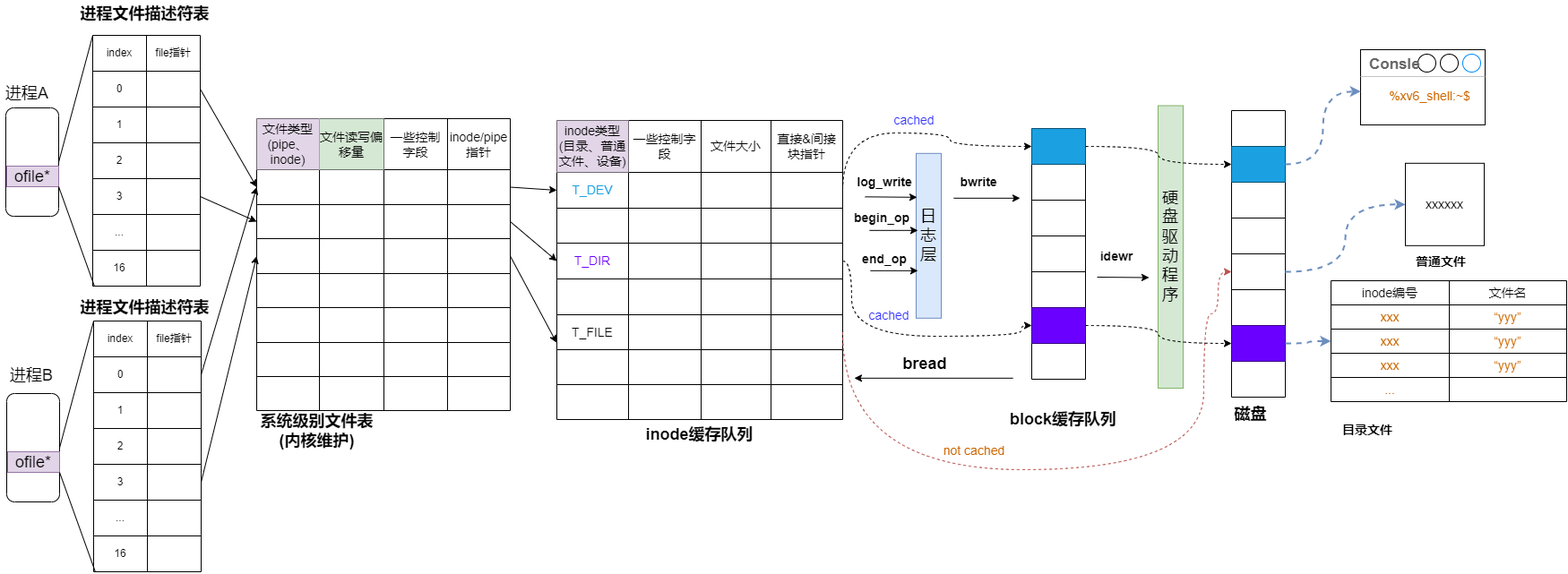
The draw.io diagram OS/xv6_文件系统_总图.drawio.png in SixPlusAndTimes/drawio, before a commit. Source tidied: cells renumbered, new cells last; positions are measured from the earlier drawing's top-left corner, leaving out a move shared by most shapes.
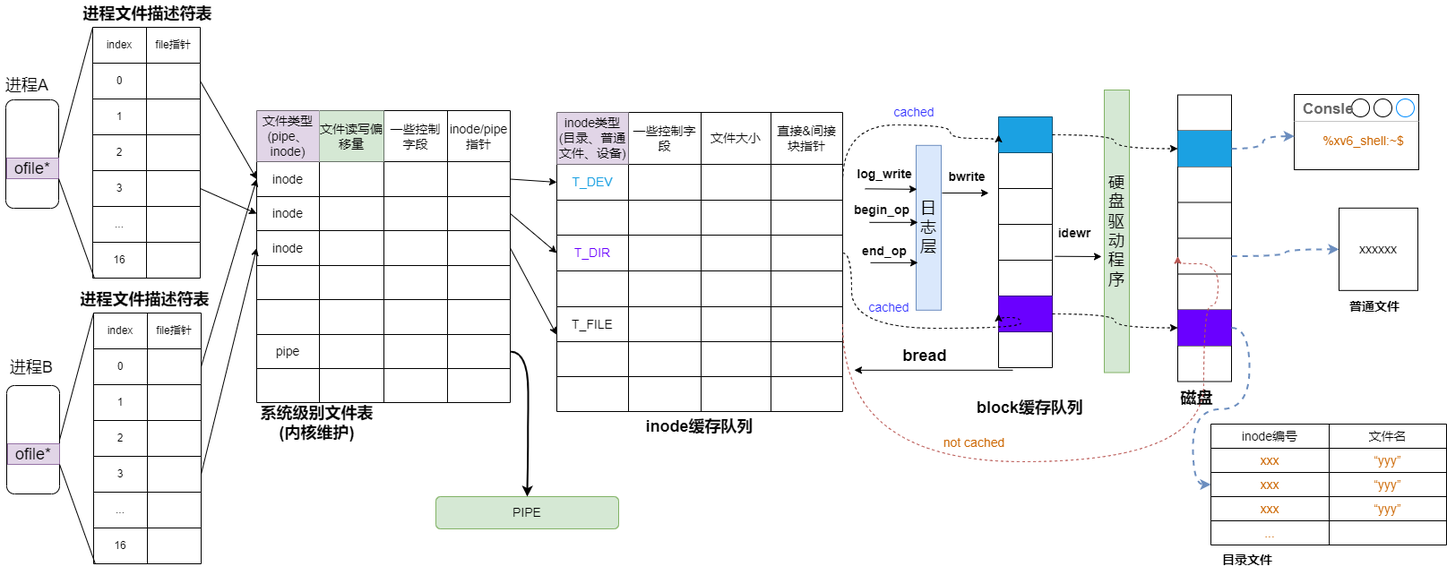
Above is the later version.

Commit message:
更新xv6_文件系统_总图.drawio.png

Diff of the diagram source:
```diff
@@ -92,7 +92,7 @@
     <mxCell id="31" style="shape=tableRow;horizontal=0;startSize=0;swimlaneHead=0;swimlaneBody=0;top=0;left=0;bottom=0;right=0;fillColor=none;points=[[0,0.5],[1,0.5]];portConstraint=eastwest;fontSize=14;" parent="25" vertex="1">
       <mxGeometry y="57" width="283" height="39" as="geometry" />
     </mxCell>
-    <mxCell id="32" style="shape=partialRectangle;html=1;whiteSpace=wrap;overflow=hidden;fillColor=none;top=0;left=0;bottom=0;right=0;fontSize=14;" parent="31" vertex="1">
+    <mxCell id="32" value="inode" style="shape=partialRectangle;html=1;whiteSpace=wrap;overflow=hidden;fillColor=none;top=0;left=0;bottom=0;right=0;fontSize=14;" parent="31" vertex="1">
       <mxGeometry width="70" height="39" as="geometry" />
     </mxCell>
     <mxCell id="33" style="shape=partialRectangle;html=1;whiteSpace=wrap;overflow=hidden;fillColor=none;top=0;left=0;bottom=0;right=0;fontSize=14;" parent="31" vertex="1">
@@ -107,7 +107,7 @@
     <mxCell id="36" style="shape=tableRow;horizontal=0;startSize=0;swimlaneHead=0;swimlaneBody=0;top=0;left=0;bottom=0;right=0;fillColor=none;points=[[0,0.5],[1,0.5]];portConstraint=eastwest;fontSize=14;" parent="25" vertex="1">
       <mxGeometry y="96" width="283" height="38" as="geometry" />
     </mxCell>
-    <mxCell id="37" style="shape=partialRectangle;html=1;whiteSpace=wrap;overflow=hidden;fillColor=none;top=0;left=0;bottom=0;right=0;fontSize=14;" parent="36" vertex="1">
+    <mxCell id="37" value="inode" style="shape=partialRectangle;html=1;whiteSpace=wrap;overflow=hidden;fillColor=none;top=0;left=0;bottom=0;right=0;fontSize=14;" parent="36" vertex="1">
       <mxGeometry width="70" height="38" as="geometry" />
     </mxCell>
     <mxCell id="38" style="shape=partialRectangle;html=1;whiteSpace=wrap;overflow=hidden;fillColor=none;top=0;left=0;bottom=0;right=0;fontSize=14;" parent="36" vertex="1">
@@ -122,7 +122,7 @@
     <mxCell id="41" style="shape=tableRow;horizontal=0;startSize=0;swimlaneHead=0;swimlaneBody=0;top=0;left=0;bottom=0;right=0;fillColor=none;points=[[0,0.5],[1,0.5]];portConstraint=eastwest;fontSize=14;" parent="25" vertex="1">
       <mxGeometry y="134" width="283" height="39" as="geometry" />
     </mxCell>
-    <mxCell id="42" style="shape=partialRectangle;html=1;whiteSpace=wrap;overflow=hidden;fillColor=none;top=0;left=0;bottom=0;right=0;fontSize=14;" parent="41" vertex="1">
+    <mxCell id="42" value="inode" style="shape=partialRectangle;html=1;whiteSpace=wrap;overflow=hidden;fillColor=none;top=0;left=0;bottom=0;right=0;fontSize=14;" parent="41" vertex="1">
       <mxGeometry width="70" height="39" as="geometry" />
     </mxCell>
     <mxCell id="43" style="shape=partialRectangle;html=1;whiteSpace=wrap;overflow=hidden;fillColor=none;top=0;left=0;bottom=0;right=0;fontSize=14;" parent="41" vertex="1">
@@ -167,7 +167,7 @@
     <mxCell id="56" style="shape=tableRow;horizontal=0;startSize=0;swimlaneHead=0;swimlaneBody=0;top=0;left=0;bottom=0;right=0;fillColor=none;points=[[0,0.5],[1,0.5]];portConstraint=eastwest;fontSize=14;" parent="25" vertex="1">
       <mxGeometry y="250" width="283" height="38" as="geometry" />
     </mxCell>
-    <mxCell id="57" style="shape=partialRectangle;html=1;whiteSpace=wrap;overflow=hidden;fillColor=none;top=0;left=0;bottom=0;right=0;fontSize=14;" parent="56" vertex="1">
+    <mxCell id="57" value="pipe" style="shape=partialRectangle;html=1;whiteSpace=wrap;overflow=hidden;fillColor=none;top=0;left=0;bottom=0;right=0;fontSize=14;" parent="56" vertex="1">
       <mxGeometry width="70" height="38" as="geometry" />
     </mxCell>
     <mxCell id="58" style="shape=partialRectangle;html=1;whiteSpace=wrap;overflow=hidden;fillColor=none;top=0;left=0;bottom=0;right=0;fontSize=14;" parent="56" vertex="1">
@@ -327,7 +327,7 @@
       <mxGeometry x="1022" y="170.8" width="28" height="184" as="geometry" />
     </mxCell>
     <mxCell id="110" style="shape=table;startSize=0;fontSize=18;" parent="1" vertex="1">
-      <mxGeometry x="1151" y="143" width="60" height="280" as="geometry" />
+      <mxGeometry x="1114" y="139" width="60" height="280" as="geometry" />
     </mxCell>
     <mxCell id="111" style="shape=tableRow;horizontal=0;startSize=0;swimlaneHead=0;swimlaneBody=0;top=0;left=0;bottom=0;right=0;fillColor=none;points=[[0,0.5],[1,0.5]];portConstraint=eastwest;fontSize=18;" parent="110" vertex="1">
       <mxGeometry width="60" height="40" as="geometry" />
@@ -372,10 +372,10 @@
       <mxGeometry width="60" height="40" as="geometry" />
     </mxCell>
     <mxCell id="125" value="&lt;font style=&quot;font-size: 18px;&quot;&gt;&lt;b&gt;block缓存队列&lt;/b&gt;&lt;/font&gt;" style="text;html=1;strokeColor=none;fillColor=none;align=center;verticalAlign=middle;whiteSpace=wrap;rounded=0;" parent="1" vertex="1">
-      <mxGeometry x="1119" y="451" width="135" height="34" as="geometry" />
+      <mxGeometry x="1082" y="447" width="135" height="34" as="geometry" />
     </mxCell>
     <mxCell id="126" style="shape=table;startSize=0;fontSize=18;" parent="1" vertex="1">
-      <mxGeometry x="1374" y="123" width="60" height="320" as="geometry" />
+      <mxGeometry x="1314" y="114.5" width="60" height="320" as="geometry" />
     </mxCell>
     <mxCell id="127" style="shape=tableRow;horizontal=0;startSize=0;swimlaneHead=0;swimlaneBody=0;top=0;left=0;bottom=0;right=0;fillColor=none;fontSize=18;" parent="126" vertex="1">
       <mxGeometry width="60" height="40" as="geometry" />
@@ -426,10 +426,10 @@
       <mxGeometry width="60" height="40" as="geometry" />
     </mxCell>
     <mxCell id="143" value="&lt;font style=&quot;font-size: 18px;&quot;&gt;&lt;b&gt;磁盘&lt;/b&gt;&lt;/font&gt;" style="text;html=1;strokeColor=none;fillColor=none;align=center;verticalAlign=middle;whiteSpace=wrap;rounded=0;" parent="1" vertex="1">
-      <mxGeometry x="1327.5" y="444.5" width="135" height="34" as="geometry" />
+      <mxGeometry x="1267.5" y="436" width="135" height="34" as="geometry" />
     </mxCell>
     <mxCell id="144" value="&lt;font style=&quot;font-size: 18px;&quot;&gt;硬盘驱动程序&lt;/font&gt;" style="rounded=1;whiteSpace=wrap;html=1;fontSize=14;arcSize=0;fillColor=#d5e8d4;strokeColor=#82b366;" parent="1" vertex="1">
-      <mxGeometry x="1292" y="117.5" width="28" height="315.5" as="geometry" />
+      <mxGeometry x="1232" y="109" width="28" height="315.5" as="geometry" />
     </mxCell>
     <mxCell id="145" value="进程A" style="text;html=1;strokeColor=none;fillColor=none;align=center;verticalAlign=middle;whiteSpace=wrap;rounded=0;fontSize=18;" parent="1" vertex="1">
       <mxGeometry y="88.5" width="60" height="30" as="geometry" />
@@ -444,7 +444,7 @@
       <mxGeometry relative="1" as="geometry" />
     </mxCell>
     <mxCell id="149" value="&lt;font style=&quot;font-size: 18px;&quot;&gt;&lt;b&gt;进程文件描述符表&lt;/b&gt;&lt;/font&gt;" style="text;html=1;strokeColor=none;fillColor=none;align=center;verticalAlign=middle;whiteSpace=wrap;rounded=0;" parent="1" vertex="1">
-      <mxGeometry x="86" width="150.5" height="30" as="geometry" />
+      <mxGeometry x="88.8" y="9" width="150.5" height="30" as="geometry" />
     </mxCell>
     <mxCell id="150" style="rounded=1;whiteSpace=wrap;html=1;" parent="1" vertex="1">
       <mxGeometry x="7" y="439" width="59" height="121" as="geometry" />
@@ -589,21 +589,21 @@
     </mxCell>
     <mxCell id="193" style="endArrow=classic;html=1;rounded=0;fontSize=10;" parent="1" edge="1">
       <mxGeometry relative="1" as="geometry">
-        <mxPoint x="1064" y="220.8" as="sourcePoint" />
-        <mxPoint x="1138" y="220.8" as="targetPoint" />
+        <mxPoint x="1051" y="224" as="sourcePoint" />
+        <mxPoint x="1103" y="224" as="targetPoint" />
       </mxGeometry>
     </mxCell>
     <mxCell id="194" value="&lt;font style=&quot;font-size: 14px;&quot;&gt;&lt;b style=&quot;&quot;&gt;bwrite&lt;/b&gt;&lt;/font&gt;" style="text;html=1;strokeColor=none;fillColor=none;align=center;verticalAlign=middle;whiteSpace=wrap;rounded=0;fontSize=10;" parent="1" vertex="1">
-      <mxGeometry x="1062" y="187.8" width="60" height="30" as="geometry" />
+      <mxGeometry x="1049" y="191" width="60" height="30" as="geometry" />
     </mxCell>
     <mxCell id="195" style="endArrow=classic;html=1;rounded=0;fontSize=10;" parent="1" edge="1">
       <mxGeometry relative="1" as="geometry">
-        <mxPoint x="1224" y="309" as="sourcePoint" />
-        <mxPoint x="1282" y="309.5" as="targetPoint" />
+        <mxPoint x="1177" y="294.7" as="sourcePoint" />
+        <mxPoint x="1229" y="295" as="targetPoint" />
       </mxGeometry>
     </mxCell>
     <mxCell id="196" value="&lt;font style=&quot;font-size: 14px;&quot;&gt;&lt;b style=&quot;&quot;&gt;idewr&lt;/b&gt;&lt;/font&gt;" style="text;html=1;strokeColor=none;fillColor=none;align=center;verticalAlign=middle;whiteSpace=wrap;rounded=0;fontSize=10;" parent="1" vertex="1">
-      <mxGeometry x="1216" y="271" width="60" height="30" as="geometry" />
+      <mxGeometry x="1169" y="254" width="60" height="30" as="geometry" />
     </mxCell>
     <mxCell id="197" style="edgeStyle=orthogonalEdgeStyle;rounded=0;jettySize=auto;html=1;exitX=1;exitY=0.5;exitDx=0;exitDy=0;entryX=0;entryY=0.5;entryDx=0;entryDy=0;fontSize=14;curved=1;dashed=1;" parent="1" edge="1" source="74" target="111">
       <mxGeometry relative="1" as="geometry">
@@ -651,7 +651,7 @@
       <mxGeometry relative="1" as="geometry" />
     </mxCell>
     <mxCell id="205" value="&lt;b&gt;Consle&lt;/b&gt;" style="strokeWidth=1;shadow=0;dashed=0;align=center;html=1;shape=mxgraph.mockup.containers.window;align=left;verticalAlign=top;spacingLeft=8;strokeColor2=#008cff;strokeColor3=#c4c4c4;fontColor=#666666;mainText=;fontSize=17;labelBackgroundColor=none;" parent="1" vertex="1">
-      <mxGeometry x="1518" y="55" width="139" height="84" as="geometry" />
+      <mxGeometry x="1444" y="114" width="139" height="84" as="geometry" />
     </mxCell>
     <mxCell id="206" style="edgeStyle=orthogonalEdgeStyle;curved=1;rounded=0;jettySize=auto;html=1;exitX=1;exitY=0.5;exitDx=0;exitDy=0;entryX=0.002;entryY=0.555;entryDx=0;entryDy=0;entryPerimeter=0;dashed=1;fontSize=14;fontColor=#CC6600;fillColor=#dae8fc;strokeColor=#6c8ebf;strokeWidth=2;" parent="1" edge="1" source="129" target="205">
       <mxGeometry relative="1" as="geometry" />
@@ -660,13 +660,13 @@
       <mxGeometry relative="1" as="geometry" />
     </mxCell>
     <mxCell id="208" value="%xv6_shell:~$" style="text;html=1;strokeColor=none;fillColor=none;align=center;verticalAlign=middle;whiteSpace=wrap;rounded=0;fontSize=14;fontColor=#CC6600;" parent="1" vertex="1">
-      <mxGeometry x="1542" y="94" width="107" height="25" as="geometry" />
+      <mxGeometry x="1468" y="153" width="107" height="25" as="geometry" />
     </mxCell>
     <mxCell id="209" value="&lt;b&gt;&lt;font color=&quot;#000000&quot;&gt;目录文件&lt;/font&gt;&lt;/b&gt;" style="text;html=1;strokeColor=none;fillColor=none;align=center;verticalAlign=middle;whiteSpace=wrap;rounded=0;fontSize=14;fontColor=#CC6600;" parent="1" vertex="1">
-      <mxGeometry x="1496" y="464.5" width="60" height="30" as="geometry" />
+      <mxGeometry x="1362" y="619.5" width="60" height="30" as="geometry" />
     </mxCell>
     <mxCell id="210" style="shape=table;startSize=0;fontSize=14;fontColor=#CC6600;" parent="1" vertex="1">
-      <mxGeometry x="1485" y="313" width="263" height="135" as="geometry" />
+      <mxGeometry x="1351" y="482" width="263" height="135" as="geometry" />
     </mxCell>
     <mxCell id="211" style="shape=tableRow;horizontal=0;startSize=0;swimlaneHead=0;swimlaneBody=0;top=0;left=0;bottom=0;right=0;fillColor=none;fontSize=14;fontColor=#CC6600;" parent="210" vertex="1">
       <mxGeometry width="263" height="27" as="geometry" />
@@ -717,10 +717,16 @@
       <mxGeometry relative="1" as="geometry" />
     </mxCell>
     <mxCell id="227" value="xxxxxx" style="rounded=0;whiteSpace=wrap;html=1;fontSize=14;fontColor=#000000;" parent="1" vertex="1">
-      <mxGeometry x="1568" y="181.8" width="88" height="92" as="geometry" />
+      <mxGeometry x="1494" y="240.8" width="88" height="92" as="geometry" />
     </mxCell>
     <mxCell id="228" value="&lt;span style=&quot;color: rgb(0, 0, 0);&quot;&gt;&lt;b&gt;普通文件&lt;/b&gt;&lt;/span&gt;" style="text;html=1;strokeColor=none;fillColor=none;align=center;verticalAlign=middle;whiteSpace=wrap;rounded=0;fontSize=14;fontColor=#CC6600;" parent="1" vertex="1">
-      <mxGeometry x="1578" y="277" width="60" height="30" as="geometry" />
+      <mxGeometry x="1504" y="336" width="60" height="30" as="geometry" />
     </mxCell>
+    <mxCell id="229" value="PIPE" style="rounded=1;whiteSpace=wrap;html=1;fontSize=14;fillColor=#d5e8d4;strokeColor=#82b366;" parent="1" vertex="1">
+      <mxGeometry x="486" y="563" width="204" height="36" as="geometry" />
+    </mxCell>
+    <mxCell id="230" style="edgeStyle=orthogonalEdgeStyle;curved=1;rounded=0;jettySize=auto;html=1;exitX=1;exitY=0.5;exitDx=0;exitDy=0;entryX=0.5;entryY=0;entryDx=0;entryDy=0;strokeWidth=2;fontSize=14;fontColor=#6A00FF;" parent="1" edge="1" source="56" target="229">
+      <mxGeometry relative="1" as="geometry" />
+    </mxCell>
   </root>
 </mxGraphModel>
```
